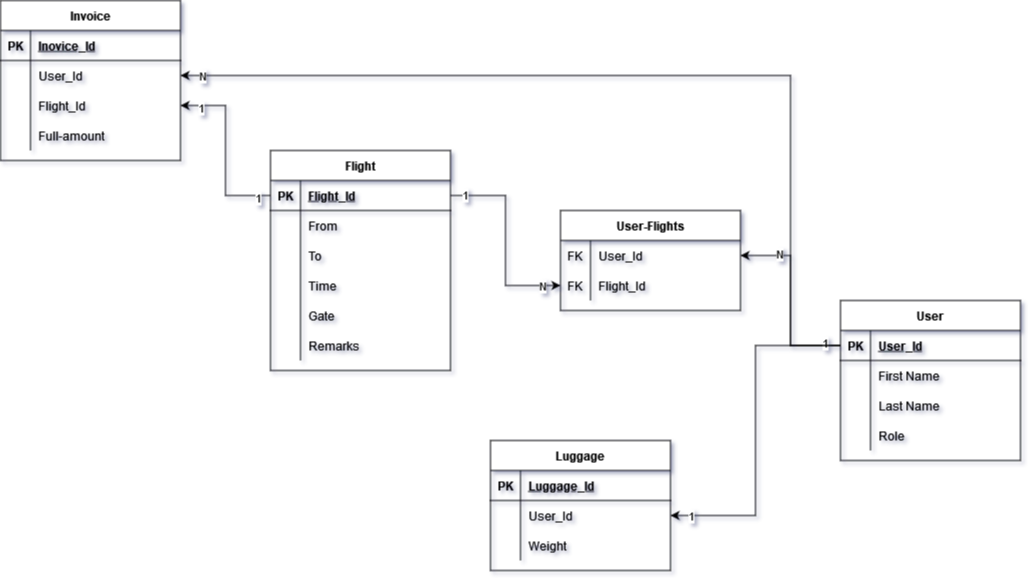
Earlier version of the draw.io export DataChart.png (OSS-Java-Seminar-2022/WingedHussar). Source tidied: cells renumbered, new cells last; positions are measured from the earlier drawing's top-left corner, leaving out a move shared by most shapes.
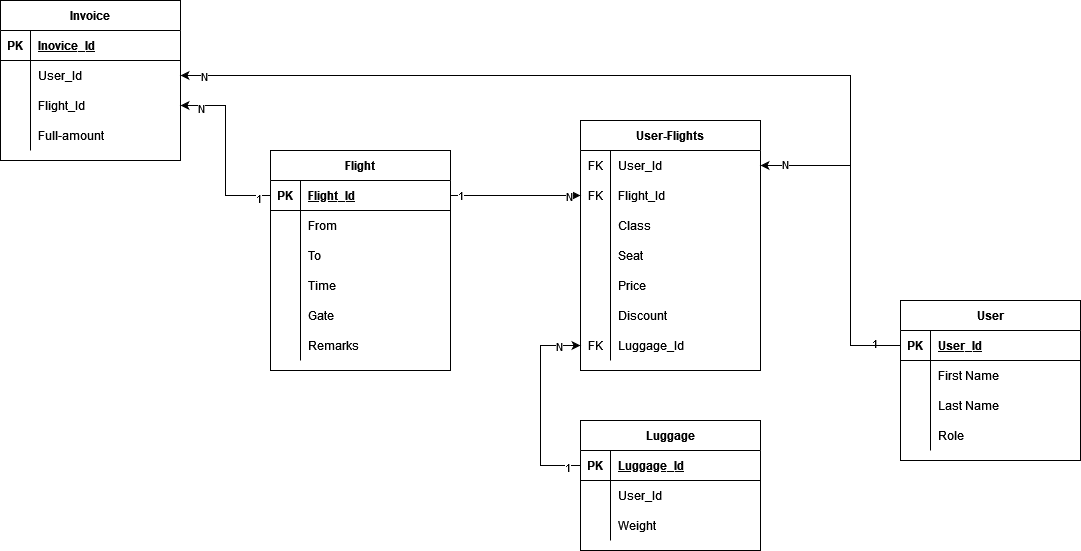
Above is the later version.

Commit message:
Modified data chart to a newer version

The edit, as a diff of the source:
```diff
@@ -3,7 +3,7 @@
     <mxCell id="0" />
     <mxCell id="1" parent="0" />
     <mxCell id="2" value="User" style="shape=table;startSize=30;rowLines=0;fontStyle=1;align=center;" parent="1" vertex="1">
-      <mxGeometry x="840" y="300" width="180" height="160" as="geometry" />
+      <mxGeometry x="900" y="300" width="180" height="160" as="geometry" />
     </mxCell>
     <mxCell id="3" style="shape=tableRow;horizontal=0;startSize=0;swimlaneHead=0;swimlaneBody=0;fillColor=none;points=[[0,0.5],[1,0.5]];portConstraint=eastwest;top=0;left=0;right=0;bottom=1;" parent="2" vertex="1">
       <mxGeometry y="30" width="180" height="30" as="geometry" />
@@ -81,7 +81,7 @@
       <mxGeometry x="30" width="150" height="30" as="geometry" />
     </mxCell>
     <mxCell id="28" value="Luggage" style="shape=table;startSize=30;rowLines=0;fontStyle=1;align=center;" parent="1" vertex="1">
-      <mxGeometry x="490" y="440" width="180" height="130" as="geometry" />
+      <mxGeometry x="580" y="420" width="180" height="130" as="geometry" />
     </mxCell>
     <mxCell id="29" style="shape=tableRow;horizontal=0;startSize=0;swimlaneHead=0;swimlaneBody=0;fillColor=none;points=[[0,0.5],[1,0.5]];portConstraint=eastwest;top=0;left=0;right=0;bottom=1;" parent="28" vertex="1">
       <mxGeometry y="30" width="180" height="30" as="geometry" />
@@ -168,7 +168,7 @@
       <mxGeometry x="30" width="150" height="30" as="geometry" />
     </mxCell>
     <mxCell id="57" value="User-Flights" style="shape=table;startSize=30;rowLines=0;fontStyle=1;align=center;" parent="1" vertex="1">
-      <mxGeometry x="560" y="210" width="180" height="100" as="geometry" />
+      <mxGeometry x="580" y="120" width="180" height="250" as="geometry" />
     </mxCell>
     <mxCell id="58" style="shape=tableRow;horizontal=0;startSize=0;swimlaneHead=0;swimlaneBody=0;fillColor=none;points=[[0,0.5],[1,0.5]];portConstraint=eastwest;top=0;left=0;right=0;bottom=0;" parent="57" vertex="1">
       <mxGeometry y="30" width="180" height="30" as="geometry" />
@@ -188,7 +188,52 @@
     <mxCell id="63" value="Flight_Id" style="shape=partialRectangle;fillColor=none;top=0;left=0;bottom=0;right=0;align=left;spacingLeft=6;overflow=hidden;" parent="61" vertex="1">
       <mxGeometry x="30" width="150" height="30" as="geometry" />
     </mxCell>
+    <mxCell id="77" style="shape=tableRow;horizontal=0;startSize=0;swimlaneHead=0;swimlaneBody=0;fillColor=none;top=0;left=0;right=0;bottom=0;" parent="57" vertex="1">
+      <mxGeometry y="90" width="180" height="30" as="geometry" />
+    </mxCell>
+    <mxCell id="78" style="shape=partialRectangle;fillColor=none;top=0;left=0;bottom=0;right=0;overflow=hidden;" parent="77" vertex="1">
+      <mxGeometry width="30" height="30" as="geometry" />
+    </mxCell>
+    <mxCell id="79" value="Class" style="shape=partialRectangle;fillColor=none;top=0;left=0;bottom=0;right=0;align=left;spacingLeft=6;overflow=hidden;" parent="77" vertex="1">
+      <mxGeometry x="30" width="150" height="30" as="geometry" />
+    </mxCell>
+    <mxCell id="80" style="shape=tableRow;horizontal=0;startSize=0;swimlaneHead=0;swimlaneBody=0;fillColor=none;top=0;left=0;right=0;bottom=0;" parent="57" vertex="1">
+      <mxGeometry y="120" width="180" height="30" as="geometry" />
+    </mxCell>
+    <mxCell id="81" style="shape=partialRectangle;fillColor=none;top=0;left=0;bottom=0;right=0;overflow=hidden;" parent="80" vertex="1">
+      <mxGeometry width="30" height="30" as="geometry" />
+    </mxCell>
+    <mxCell id="82" value="Seat" style="shape=partialRectangle;fillColor=none;top=0;left=0;bottom=0;right=0;align=left;spacingLeft=6;overflow=hidden;" parent="80" vertex="1">
+      <mxGeometry x="30" width="150" height="30" as="geometry" />
+    </mxCell>
+    <mxCell id="83" style="shape=tableRow;horizontal=0;startSize=0;swimlaneHead=0;swimlaneBody=0;fillColor=none;top=0;left=0;right=0;bottom=0;" parent="57" vertex="1">
+      <mxGeometry y="150" width="180" height="30" as="geometry" />
+    </mxCell>
+    <mxCell id="84" style="shape=partialRectangle;fillColor=none;top=0;left=0;bottom=0;right=0;overflow=hidden;" parent="83" vertex="1">
+      <mxGeometry width="30" height="30" as="geometry" />
+    </mxCell>
+    <mxCell id="85" value="Price" style="shape=partialRectangle;fillColor=none;top=0;left=0;bottom=0;right=0;align=left;spacingLeft=6;overflow=hidden;" parent="83" vertex="1">
+      <mxGeometry x="30" width="150" height="30" as="geometry" />
+    </mxCell>
+    <mxCell id="86" style="shape=tableRow;horizontal=0;startSize=0;swimlaneHead=0;swimlaneBody=0;fillColor=none;top=0;left=0;right=0;bottom=0;" parent="57" vertex="1">
+      <mxGeometry y="180" width="180" height="30" as="geometry" />
+    </mxCell>
+    <mxCell id="87" style="shape=partialRectangle;fillColor=none;top=0;left=0;bottom=0;right=0;overflow=hidden;" parent="86" vertex="1">
+      <mxGeometry width="30" height="30" as="geometry" />
+    </mxCell>
+    <mxCell id="88" value="Discount" style="shape=partialRectangle;fillColor=none;top=0;left=0;bottom=0;right=0;align=left;spacingLeft=6;overflow=hidden;" parent="86" vertex="1">
+      <mxGeometry x="30" width="150" height="30" as="geometry" />
+    </mxCell>
+    <mxCell id="89" style="shape=tableRow;horizontal=0;startSize=0;swimlaneHead=0;swimlaneBody=0;fillColor=none;points=[[0,0.5],[1,0.5]];portConstraint=eastwest;top=0;left=0;right=0;bottom=0;" parent="57" vertex="1">
+      <mxGeometry y="210" width="180" height="30" as="geometry" />
+    </mxCell>
+    <mxCell id="90" value="FK" style="shape=partialRectangle;fillColor=none;top=0;left=0;bottom=0;right=0;overflow=hidden;" parent="89" vertex="1">
+      <mxGeometry width="30" height="30" as="geometry" />
+    </mxCell>
+    <mxCell id="91" value="Luggage_Id" style="shape=partialRectangle;fillColor=none;top=0;left=0;bottom=0;right=0;align=left;spacingLeft=6;overflow=hidden;" parent="89" vertex="1">
+      <mxGeometry x="30" width="150" height="30" as="geometry" />
+    </mxCell>
-    <mxCell id="64" style="edgeStyle=orthogonalEdgeStyle;rounded=0;jettySize=auto;html=1;exitX=1;exitY=0.5;exitDx=0;exitDy=0;entryX=0;entryY=0.75;entryDx=0;entryDy=0;" parent="1" edge="1" source="39" target="57">
+    <mxCell id="64" style="edgeStyle=orthogonalEdgeStyle;rounded=0;jettySize=auto;html=1;exitX=1;exitY=0.5;exitDx=0;exitDy=0;entryX=0;entryY=0.5;entryDx=0;entryDy=0;" parent="1" edge="1" source="39" target="61">
       <mxGeometry relative="1" as="geometry" />
     </mxCell>
     <mxCell id="65" value="N" style="edgeLabel;html=1;align=center;verticalAlign=middle;" parent="64" vertex="1">
@@ -198,27 +243,26 @@
       <mxGeometry x="-0.86" y="1" relative="1" as="geometry" />
     </mxCell>
     <mxCell id="67" style="edgeStyle=orthogonalEdgeStyle;rounded=0;jettySize=auto;html=1;entryX=1;entryY=0.5;entryDx=0;entryDy=0;" parent="1" edge="1" source="3" target="58">
-      <mxGeometry relative="1" as="geometry" />
+      <mxGeometry relative="1" as="geometry">
+        <Array as="points">
+          <mxPoint x="850" y="345" />
+          <mxPoint x="850" y="165" />
+        </Array>
+      </mxGeometry>
     </mxCell>
     <mxCell id="68" value="1" style="edgeLabel;html=1;align=center;verticalAlign=middle;" parent="67" vertex="1">
       <mxGeometry x="-0.83" y="-3" relative="1" as="geometry" />
     </mxCell>
     <mxCell id="69" value="N" style="edgeLabel;html=1;align=center;verticalAlign=middle;" parent="67" vertex="1">
-      <mxGeometry x="0.6" y="-2" relative="1" as="geometry" />
+      <mxGeometry x="0.6" y="-2" relative="1" as="geometry">
+        <mxPoint x="-40" as="offset" />
+      </mxGeometry>
     </mxCell>
-    <mxCell id="70" style="edgeStyle=orthogonalEdgeStyle;rounded=0;jettySize=auto;html=1;entryX=1;entryY=0.5;entryDx=0;entryDy=0;" parent="1" edge="1" source="3" target="32">
-      <mxGeometry relative="1" as="geometry" />
-    </mxCell>
-    <mxCell id="71" value="1" style="edgeLabel;html=1;align=center;verticalAlign=middle;" parent="70" vertex="1">
-      <mxGeometry x="0.7" relative="1" as="geometry">
-        <mxPoint x="-30" as="offset" />
-      </mxGeometry>
-    </mxCell>
     <mxCell id="72" style="edgeStyle=orthogonalEdgeStyle;rounded=0;jettySize=auto;html=1;entryX=1;entryY=0.5;entryDx=0;entryDy=0;" parent="1" edge="1" source="3" target="19">
       <mxGeometry relative="1" as="geometry">
         <Array as="points">
-          <mxPoint x="790" y="345" />
-          <mxPoint x="790" y="75" />
+          <mxPoint x="850" y="345" />
+          <mxPoint x="850" y="75" />
         </Array>
       </mxGeometry>
     </mxCell>
@@ -228,7 +272,7 @@
     <mxCell id="74" style="edgeStyle=orthogonalEdgeStyle;rounded=0;jettySize=auto;html=1;entryX=1;entryY=0.5;entryDx=0;entryDy=0;" parent="1" edge="1" source="39" target="22">
       <mxGeometry relative="1" as="geometry" />
     </mxCell>
-    <mxCell id="75" value="1" style="edgeLabel;html=1;align=center;verticalAlign=middle;" parent="74" vertex="1">
+    <mxCell id="75" value="N" style="edgeLabel;html=1;align=center;verticalAlign=middle;" parent="74" vertex="1">
       <mxGeometry x="0.61" y="2" relative="1" as="geometry">
         <mxPoint x="-15" as="offset" />
       </mxGeometry>
@@ -236,5 +280,23 @@
     <mxCell id="76" value="1" style="edgeLabel;html=1;align=center;verticalAlign=middle;" parent="74" vertex="1">
       <mxGeometry x="-0.86" y="2" relative="1" as="geometry" />
     </mxCell>
+    <mxCell id="92" style="edgeStyle=orthogonalEdgeStyle;rounded=0;jettySize=auto;html=1;entryX=0;entryY=0.5;entryDx=0;entryDy=0;" parent="1" edge="1" source="29" target="89">
+      <mxGeometry relative="1" as="geometry">
+        <Array as="points">
+          <mxPoint x="540" y="465" />
+          <mxPoint x="540" y="345" />
+        </Array>
+      </mxGeometry>
+    </mxCell>
+    <mxCell id="93" value="N" style="edgeLabel;html=1;align=center;verticalAlign=middle;" parent="92" vertex="1">
+      <mxGeometry x="0.7" relative="1" as="geometry">
+        <mxPoint x="8" as="offset" />
+      </mxGeometry>
+    </mxCell>
+    <mxCell id="71" value="1" style="edgeLabel;html=1;align=center;verticalAlign=middle;" parent="92" vertex="1">
+      <mxGeometry x="-0.74" y="1" relative="1" as="geometry">
+        <mxPoint x="12" as="offset" />
+      </mxGeometry>
+    </mxCell>
   </root>
 </mxGraphModel>
```
